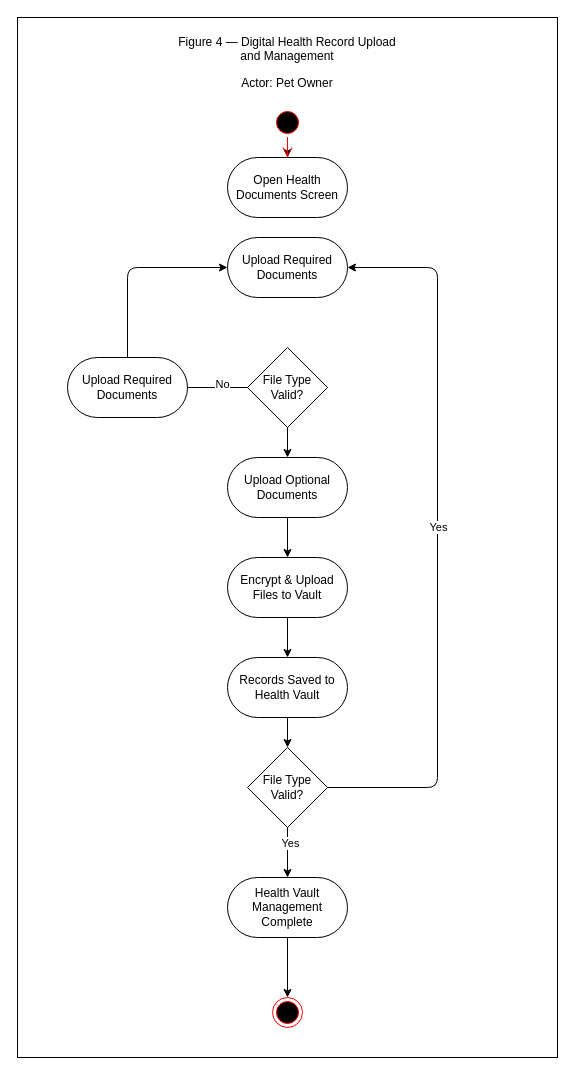
Chels013/Breedr-Diagrams keeps this draw.io diagram as ActivityDiagram_Figure4_USALLA.drawio. Above is the earlier version. Source tidied: cells renumbered, new cells numbered last; positions are measured from the earlier drawing's top-left corner, leaving out a move shared by most shapes. Both pictures are drawn from the tidied source at 100%, with x=0, y=0 at pixel (17, 17).
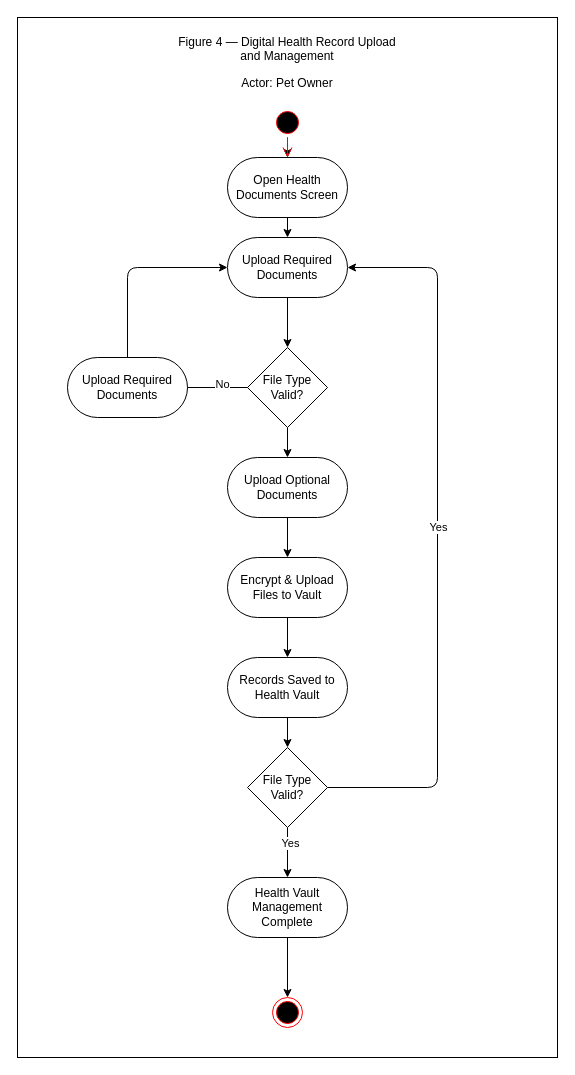
After the change.

Unchanged cells that the change refers to:
```xml
<mxCell id="4" value="&lt;p&gt;Open Health Documents Screen&lt;/p&gt;" style="rounded=1;whiteSpace=wrap;html=1;arcSize=50;" parent="1" vertex="1">
  <mxGeometry x="210" y="140" width="120" height="60" as="geometry" />
</mxCell>
<mxCell id="9" value="&lt;p&gt;Upload Required Documents&lt;/p&gt;" style="rounded=1;whiteSpace=wrap;html=1;arcSize=50;" parent="1" vertex="1">
  <mxGeometry x="210" y="220" width="120" height="60" as="geometry" />
</mxCell>
<mxCell id="11" value="&lt;p&gt;File Type Valid?&lt;/p&gt;" style="rhombus;whiteSpace=wrap;html=1;" parent="1" vertex="1">
  <mxGeometry x="230" y="330" width="80" height="80" as="geometry" />
</mxCell>
```

The edit, as a diff of the source:
```diff
@@
+    <mxCell id="29" style="edgeStyle=none;html=1;entryX=0.5;entryY=0;entryDx=0;entryDy=0;" parent="1" edge="1" source="4" target="9">
+      <mxGeometry relative="1" as="geometry" />
+    </mxCell>
@@
+    <mxCell id="30" style="edgeStyle=none;html=1;entryX=0.5;entryY=0;entryDx=0;entryDy=0;" parent="1" edge="1" source="9" target="11">
+      <mxGeometry relative="1" as="geometry" />
+    </mxCell>
```
